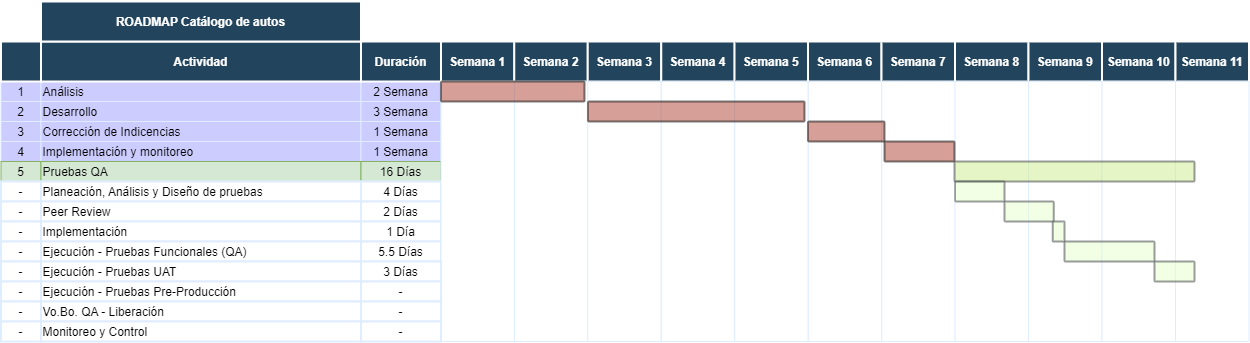
Earlier version of the draw.io export RoadMap_CatalogoAutos_Semanal.drawio.png (endoeca2/Diagramas). Source tidied: cells renumbered, new cells last; positions are measured from the earlier drawing's top-left corner, leaving out a move shared by most shapes.
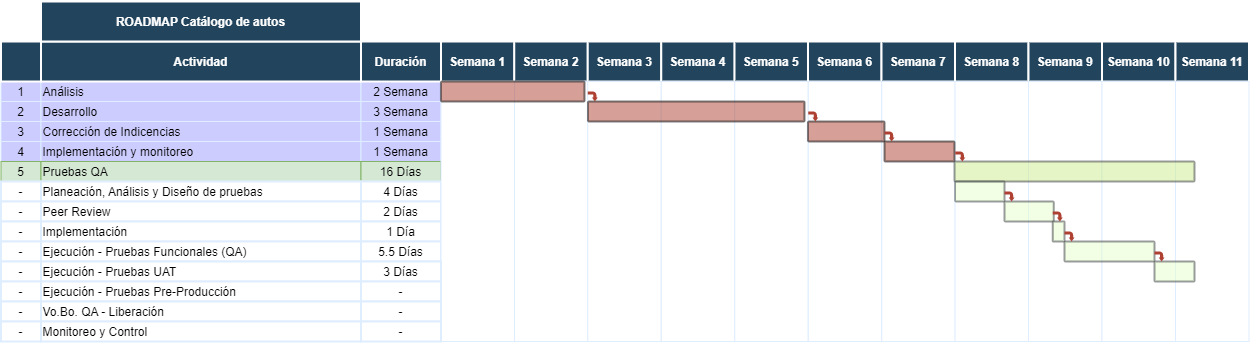
After the change.

Change to the diagram source:
```diff
@@ -227,5 +227,29 @@
     <mxCell id="76" style="shape=mxgraph.flowchart.process;fillColor=#E6FFCC;strokeColor=#36393d;strokeWidth=2;opacity=50;" parent="1" vertex="1">
       <mxGeometry x="1154" y="260" width="40" height="20" as="geometry" />
     </mxCell>
+    <mxCell id="77" style="shape=mxgraph.arrows.bent_right_arrow;fillColor=#AE4132;strokeColor=none;strokeWidth=2;direction=south;" parent="1" vertex="1">
+      <mxGeometry x="587.3" y="90" width="10" height="10" as="geometry" />
+    </mxCell>
+    <mxCell id="78" style="shape=mxgraph.arrows.bent_right_arrow;fillColor=#AE4132;strokeColor=none;strokeWidth=2;direction=south;" parent="1" vertex="1">
+      <mxGeometry x="807.8" y="110" width="10" height="10" as="geometry" />
+    </mxCell>
+    <mxCell id="79" style="shape=mxgraph.arrows.bent_right_arrow;fillColor=#AE4132;strokeColor=none;strokeWidth=2;direction=south;" parent="1" vertex="1">
+      <mxGeometry x="884" y="130" width="10" height="10" as="geometry" />
+    </mxCell>
+    <mxCell id="80" style="shape=mxgraph.arrows.bent_right_arrow;fillColor=#AE4132;strokeColor=none;strokeWidth=2;direction=south;" parent="1" vertex="1">
+      <mxGeometry x="954.8" y="150" width="10" height="10" as="geometry" />
+    </mxCell>
+    <mxCell id="81" style="shape=mxgraph.arrows.bent_right_arrow;fillColor=#AE4132;strokeColor=none;strokeWidth=2;direction=south;" parent="1" vertex="1">
+      <mxGeometry x="1004" y="190" width="10" height="10" as="geometry" />
+    </mxCell>
+    <mxCell id="82" style="shape=mxgraph.arrows.bent_right_arrow;fillColor=#AE4132;strokeColor=none;strokeWidth=2;direction=south;" parent="1" vertex="1">
+      <mxGeometry x="1052.3" y="210" width="10" height="10" as="geometry" />
+    </mxCell>
+    <mxCell id="83" style="shape=mxgraph.arrows.bent_right_arrow;fillColor=#AE4132;strokeColor=none;strokeWidth=2;direction=south;" parent="1" vertex="1">
+      <mxGeometry x="1064" y="230" width="10" height="10" as="geometry" />
+    </mxCell>
+    <mxCell id="84" style="shape=mxgraph.arrows.bent_right_arrow;fillColor=#AE4132;strokeColor=none;strokeWidth=2;direction=south;" parent="1" vertex="1">
+      <mxGeometry x="1154" y="250" width="10" height="10" as="geometry" />
+    </mxCell>
   </root>
 </mxGraphModel>
```
